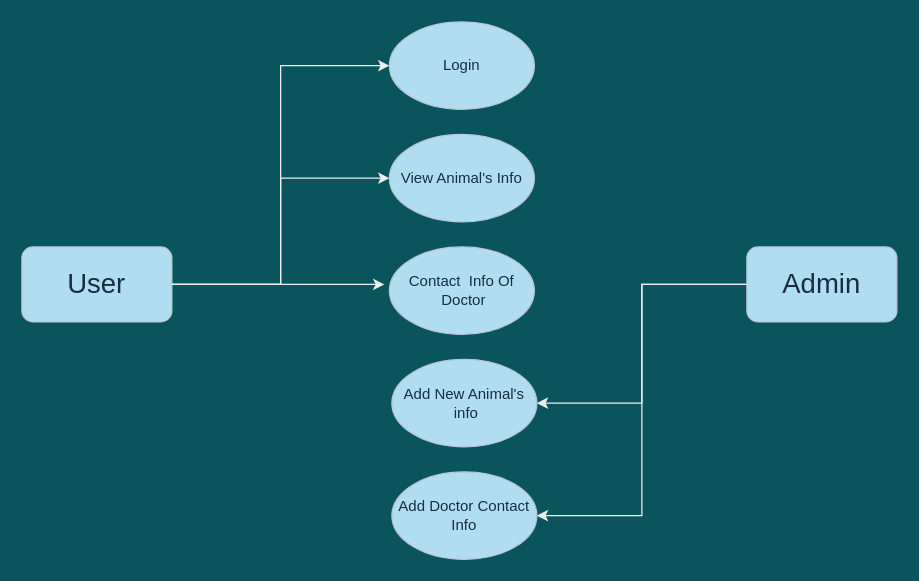
Above: temp/Untitled Diagram.drawio in ShubhamDave07/Veternery_Project (draw.io), before the change. Source tidied: cells renumbered, new cells numbered last; positions are measured from the earlier drawing's top-left corner, leaving out a move shared by most shapes. Both pictures are drawn from the tidied source at 125%, with x=0, y=0 at pixel (21, 21).
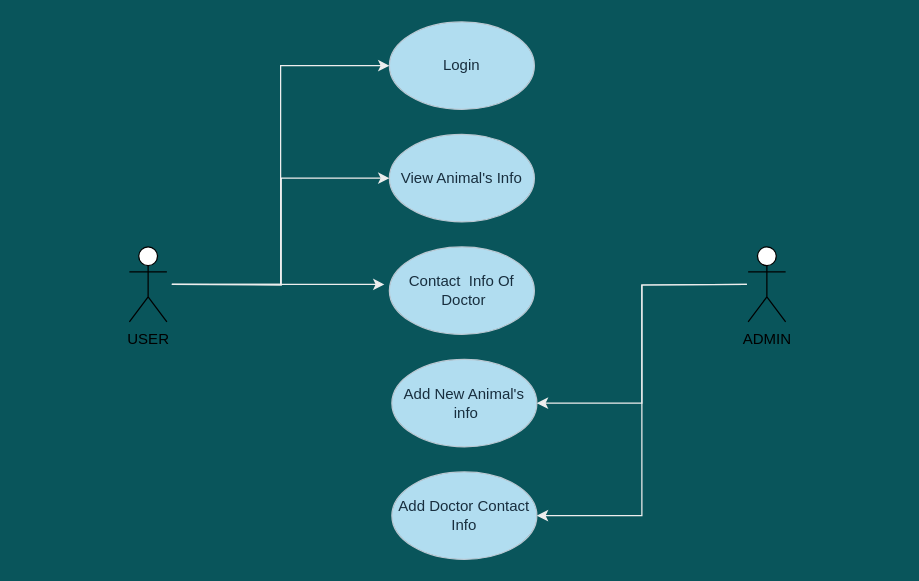
Above is the later version.

Commit message (it also covers changes not shown here):
user & admin Field Changed With Emoje

The change refers to these unchanged cells:
```xml
<mxCell id="2" value="Login" style="ellipse;whiteSpace=wrap;html=1;fillColor=#B1DDF0;strokeColor=#BAC8D3;fontColor=#182E3E;" parent="1" vertex="1">
  <mxGeometry x="294" width="116" height="70" as="geometry" />
</mxCell>
<mxCell id="3" value="&lt;span&gt;View Animal's Info&lt;/span&gt;" style="ellipse;whiteSpace=wrap;html=1;fillColor=#B1DDF0;strokeColor=#BAC8D3;fontColor=#182E3E;" parent="1" vertex="1">
  <mxGeometry x="294" y="90" width="116" height="70" as="geometry" />
</mxCell>
<mxCell id="5" value="Add New Animal's &amp;nbsp;info" style="ellipse;whiteSpace=wrap;html=1;fillColor=#B1DDF0;strokeColor=#BAC8D3;fontColor=#182E3E;" parent="1" vertex="1">
  <mxGeometry x="296" y="270" width="116" height="70" as="geometry" />
</mxCell>
<mxCell id="6" value="Add Doctor Contact Info" style="ellipse;whiteSpace=wrap;html=1;fillColor=#B1DDF0;strokeColor=#BAC8D3;fontColor=#182E3E;" parent="1" vertex="1">
  <mxGeometry x="296" y="360" width="116" height="70" as="geometry" />
</mxCell>
```

The edit, as a diff of the source:
```diff
@@
-    <mxCell id="7" style="edgeStyle=orthogonalEdgeStyle;rounded=0;jettySize=auto;html=1;exitX=1;exitY=0.5;exitDx=0;exitDy=0;entryX=0;entryY=0.5;entryDx=0;entryDy=0;labelBackgroundColor=#09555B;strokeColor=#EEEEEE;fontColor=#FFFFFF;" parent="1" edge="1" source="10" target="2">
+    <mxCell id="7" style="edgeStyle=orthogonalEdgeStyle;rounded=0;jettySize=auto;html=1;exitX=1;exitY=0.5;exitDx=0;exitDy=0;entryX=0;entryY=0.5;entryDx=0;entryDy=0;labelBackgroundColor=#09555B;strokeColor=#EEEEEE;fontColor=#FFFFFF;" parent="1" edge="1" target="2">
       <mxGeometry relative="1" as="geometry">
+        <mxPoint x="120" y="210" as="sourcePoint" />
         <Array as="points">
           <mxPoint x="207" y="210" />
           <mxPoint x="207" y="35" />
         </Array>
       </mxGeometry>
     </mxCell>
-    <mxCell id="8" style="edgeStyle=orthogonalEdgeStyle;rounded=0;jettySize=auto;html=1;exitX=1;exitY=0.5;exitDx=0;exitDy=0;entryX=0;entryY=0.5;entryDx=0;entryDy=0;labelBackgroundColor=#09555B;strokeColor=#EEEEEE;fontColor=#FFFFFF;" parent="1" edge="1" source="10" target="3">
-      <mxGeometry relative="1" as="geometry" />
+    <mxCell id="8" style="edgeStyle=orthogonalEdgeStyle;rounded=0;jettySize=auto;html=1;exitX=1;exitY=0.5;exitDx=0;exitDy=0;entryX=0;entryY=0.5;entryDx=0;entryDy=0;labelBackgroundColor=#09555B;strokeColor=#EEEEEE;fontColor=#FFFFFF;" parent="1" edge="1" target="3">
+      <mxGeometry relative="1" as="geometry">
+        <mxPoint x="120" y="210" as="sourcePoint" />
+      </mxGeometry>
     </mxCell>
-    <mxCell id="9" style="edgeStyle=orthogonalEdgeStyle;rounded=0;jettySize=auto;html=1;exitX=1;exitY=0.5;exitDx=0;exitDy=0;labelBackgroundColor=#09555B;strokeColor=#EEEEEE;fontColor=#FFFFFF;" parent="1" edge="1" source="10">
+    <mxCell id="9" style="edgeStyle=orthogonalEdgeStyle;rounded=0;orthogonalLoop=1;jettySize=auto;html=1;exitX=1;exitY=0.5;exitDx=0;exitDy=0;labelBackgroundColor=#09555B;strokeColor=#EEEEEE;fontColor=#FFFFFF;" parent="1" edge="1">
       <mxGeometry relative="1" as="geometry">
+        <mxPoint x="120" y="210" as="sourcePoint" />
         <mxPoint x="120" y="210" as="targetPoint" />
       </mxGeometry>
     </mxCell>
-    <mxCell id="10" value="&lt;font style=&quot;font-size: 22px&quot;&gt;User&lt;/font&gt;" style="rounded=1;whiteSpace=wrap;html=1;fillColor=#B1DDF0;strokeColor=#BAC8D3;fontColor=#182E3E;" parent="1" vertex="1">
-      <mxGeometry y="180" width="120" height="60" as="geometry" />
-    </mxCell>
-    <mxCell id="11" style="edgeStyle=orthogonalEdgeStyle;rounded=0;jettySize=auto;html=1;exitX=0;exitY=0.5;exitDx=0;exitDy=0;entryX=1;entryY=0.5;entryDx=0;entryDy=0;labelBackgroundColor=#09555B;strokeColor=#EEEEEE;fontColor=#FFFFFF;" parent="1" edge="1" source="13" target="5">
-      <mxGeometry relative="1" as="geometry" />
+    <mxCell id="11" style="edgeStyle=orthogonalEdgeStyle;rounded=0;jettySize=auto;html=1;exitX=0;exitY=0.5;exitDx=0;exitDy=0;entryX=1;entryY=0.5;entryDx=0;entryDy=0;labelBackgroundColor=#09555B;strokeColor=#EEEEEE;fontColor=#FFFFFF;" parent="1" edge="1" target="5">
+      <mxGeometry relative="1" as="geometry">
+        <mxPoint x="580" y="210" as="sourcePoint" />
+      </mxGeometry>
     </mxCell>
-    <mxCell id="12" style="edgeStyle=orthogonalEdgeStyle;rounded=0;jettySize=auto;html=1;exitX=0;exitY=0.5;exitDx=0;exitDy=0;entryX=1;entryY=0.5;entryDx=0;entryDy=0;labelBackgroundColor=#09555B;strokeColor=#EEEEEE;fontColor=#FFFFFF;" parent="1" edge="1" source="13" target="6">
-      <mxGeometry relative="1" as="geometry" />
+    <mxCell id="12" style="edgeStyle=orthogonalEdgeStyle;rounded=0;jettySize=auto;html=1;exitX=0;exitY=0.5;exitDx=0;exitDy=0;entryX=1;entryY=0.5;entryDx=0;entryDy=0;labelBackgroundColor=#09555B;strokeColor=#EEEEEE;fontColor=#FFFFFF;" parent="1" edge="1" target="6">
+      <mxGeometry relative="1" as="geometry">
+        <mxPoint x="580" y="210" as="sourcePoint" />
+      </mxGeometry>
     </mxCell>
-    <mxCell id="13" value="&lt;font style=&quot;font-size: 22px&quot;&gt;Admin&lt;/font&gt;" style="rounded=1;whiteSpace=wrap;html=1;fillColor=#B1DDF0;strokeColor=#BAC8D3;fontColor=#182E3E;" parent="1" vertex="1">
-      <mxGeometry x="580" y="180" width="120" height="60" as="geometry" />
-    </mxCell>
-    <mxCell id="14" style="endArrow=classic;html=1;exitX=1;exitY=0.5;exitDx=0;exitDy=0;labelBackgroundColor=#09555B;strokeColor=#EEEEEE;fontColor=#FFFFFF;" parent="1" edge="1" source="10">
+    <mxCell id="14" style="endArrow=classic;html=1;exitX=1;exitY=0.5;exitDx=0;exitDy=0;labelBackgroundColor=#09555B;strokeColor=#EEEEEE;fontColor=#FFFFFF;" parent="1" edge="1">
       <mxGeometry relative="1" as="geometry">
+        <mxPoint x="120" y="210" as="sourcePoint" />
         <mxPoint x="290" y="210" as="targetPoint" />
       </mxGeometry>
     </mxCell>
+    <mxCell id="15" value="USER" style="shape=umlActor;verticalLabelPosition=bottom;verticalAlign=top;html=1;" parent="1" vertex="1">
+      <mxGeometry x="86" y="180" width="30" height="60" as="geometry" />
+    </mxCell>
+    <mxCell id="16" value="ADMIN" style="shape=umlActor;verticalLabelPosition=bottom;verticalAlign=top;html=1;" parent="1" vertex="1">
+      <mxGeometry x="581" y="180" width="30" height="60" as="geometry" />
+    </mxCell>
```
